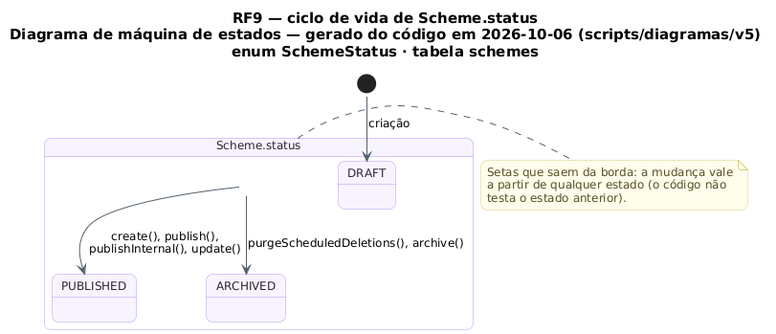
Above: docs/diagramas/RF9/RF9_MaquinaDeEstados_Edicao.png in MatheusHaliski/tcc-2026-fashion-ai-backend (PlantUML), before the change.
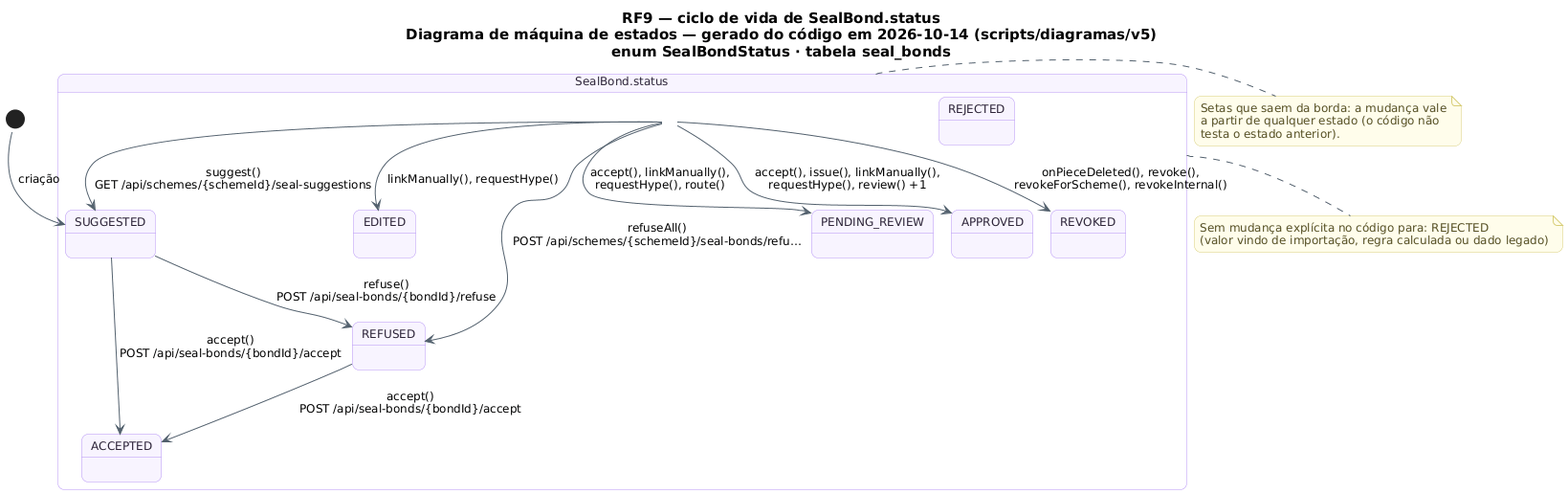
The same diagram one commit later.

What changed in the source:
```diff
@@ -19,17 +19,33 @@
   StartColor #20A77A
   EndColor #4B5563
 }
-title RF9 — ciclo de vida de Scheme.status\nDiagrama de máquina de estados — gerado do código em 2026-10-06 (scripts/diagramas/v5)\nenum SchemeStatus · tabela schemes
+title RF9 — ciclo de vida de SealBond.status\nDiagrama de máquina de estados — gerado do código em 2026-10-14 (scripts/diagramas/v5)\nenum SealBondStatus · tabela seal_bonds
 
-state "Scheme.status" as Ciclo_Scheme {
-  state Ciclo_Scheme_DRAFT as "DRAFT"
-  state Ciclo_Scheme_PUBLISHED as "PUBLISHED"
-  state Ciclo_Scheme_ARCHIVED as "ARCHIVED"
+state "SealBond.status" as Ciclo_SealBond {
+  state Ciclo_SealBond_SUGGESTED as "SUGGESTED"
+  state Ciclo_SealBond_ACCEPTED as "ACCEPTED"
+  state Ciclo_SealBond_EDITED as "EDITED"
+  state Ciclo_SealBond_REFUSED as "REFUSED"
+  state Ciclo_SealBond_PENDING_REVIEW as "PENDING_REVIEW"
+  state Ciclo_SealBond_APPROVED as "APPROVED"
+  state Ciclo_SealBond_REJECTED as "REJECTED"
+  state Ciclo_SealBond_REVOKED as "REVOKED"
 }
-[*] --> Ciclo_Scheme_DRAFT : criação
-Ciclo_Scheme --> Ciclo_Scheme_ARCHIVED : purgeScheduledDeletions(), archive()
-Ciclo_Scheme --> Ciclo_Scheme_PUBLISHED : create(), publish(),\npublishInternal(), update()
-note right of Ciclo_Scheme
+[*] --> Ciclo_SealBond_SUGGESTED : criação
+Ciclo_SealBond --> Ciclo_SealBond_APPROVED : accept(), issue(), linkManually(),\nrequestHype(), review() +1
+Ciclo_SealBond --> Ciclo_SealBond_EDITED : linkManually(), requestHype()
+Ciclo_SealBond --> Ciclo_SealBond_PENDING_REVIEW : accept(), linkManually(),\nrequestHype(), route()
+Ciclo_SealBond --> Ciclo_SealBond_REFUSED : refuseAll()\nPOST /api/schemes/{schemeId}/seal-bonds/refu…
+Ciclo_SealBond --> Ciclo_SealBond_REVOKED : onPieceDeleted(), revoke(),\nrevokeForScheme(), revokeInternal()
+Ciclo_SealBond --> Ciclo_SealBond_SUGGESTED : suggest()\nGET /api/schemes/{schemeId}/seal-suggestions
+Ciclo_SealBond_REFUSED --> Ciclo_SealBond_ACCEPTED : accept()\nPOST /api/seal-bonds/{bondId}/accept
+Ciclo_SealBond_SUGGESTED --> Ciclo_SealBond_ACCEPTED : accept()\nPOST /api/seal-bonds/{bondId}/accept
+Ciclo_SealBond_SUGGESTED --> Ciclo_SealBond_REFUSED : refuse()\nPOST /api/seal-bonds/{bondId}/refuse
+note bottom of Ciclo_SealBond
+  Sem mudança explícita no código para: REJECTED
+  (valor vindo de importação, regra calculada ou dado legado)
+end note
+note right of Ciclo_SealBond
   Setas que saem da borda: a mudança vale
   a partir de qualquer estado (o código não
   testa o estado anterior).
```
